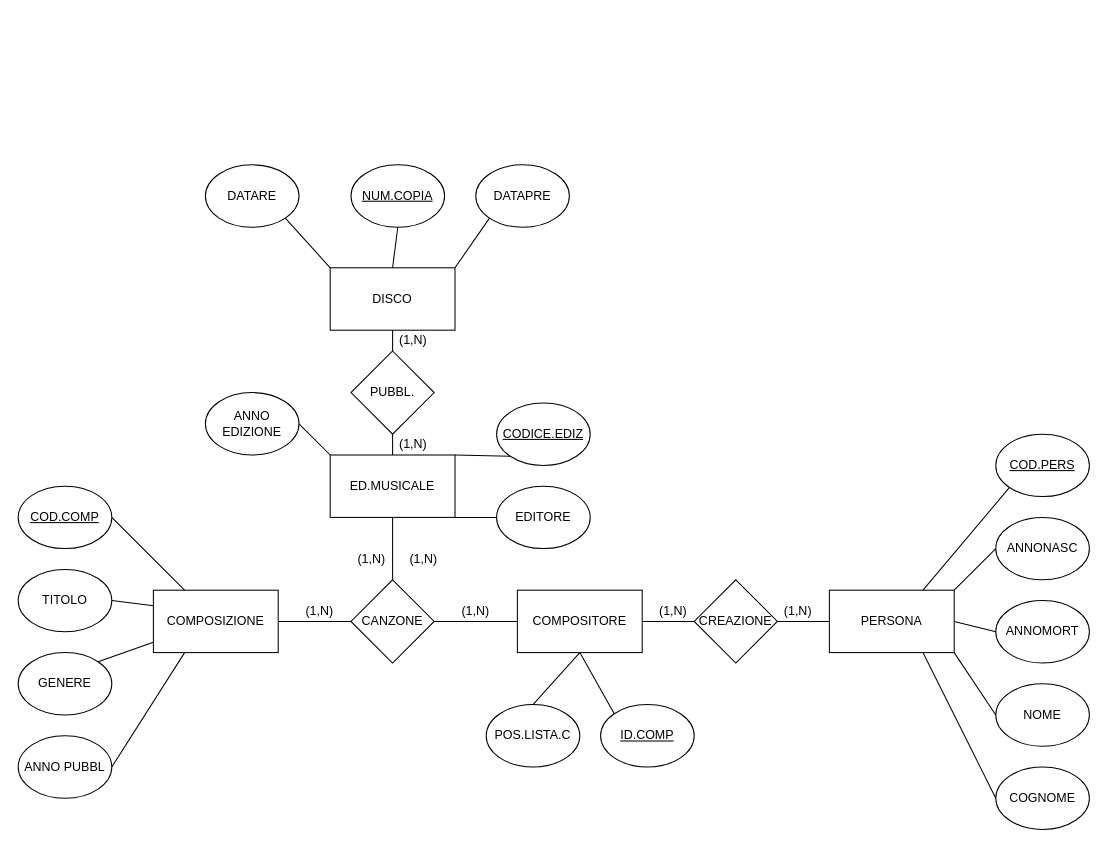
LilAnciel/Project keeps this draw.io diagram as esamees4.drawio. Above is the earlier version. Source tidied: cells renumbered, new cells numbered last; positions are measured from the earlier drawing's top-left corner, leaving out a move shared by most shapes. Both pictures are drawn from the tidied source at 104%, with x=0, y=0 at pixel (18, 164).
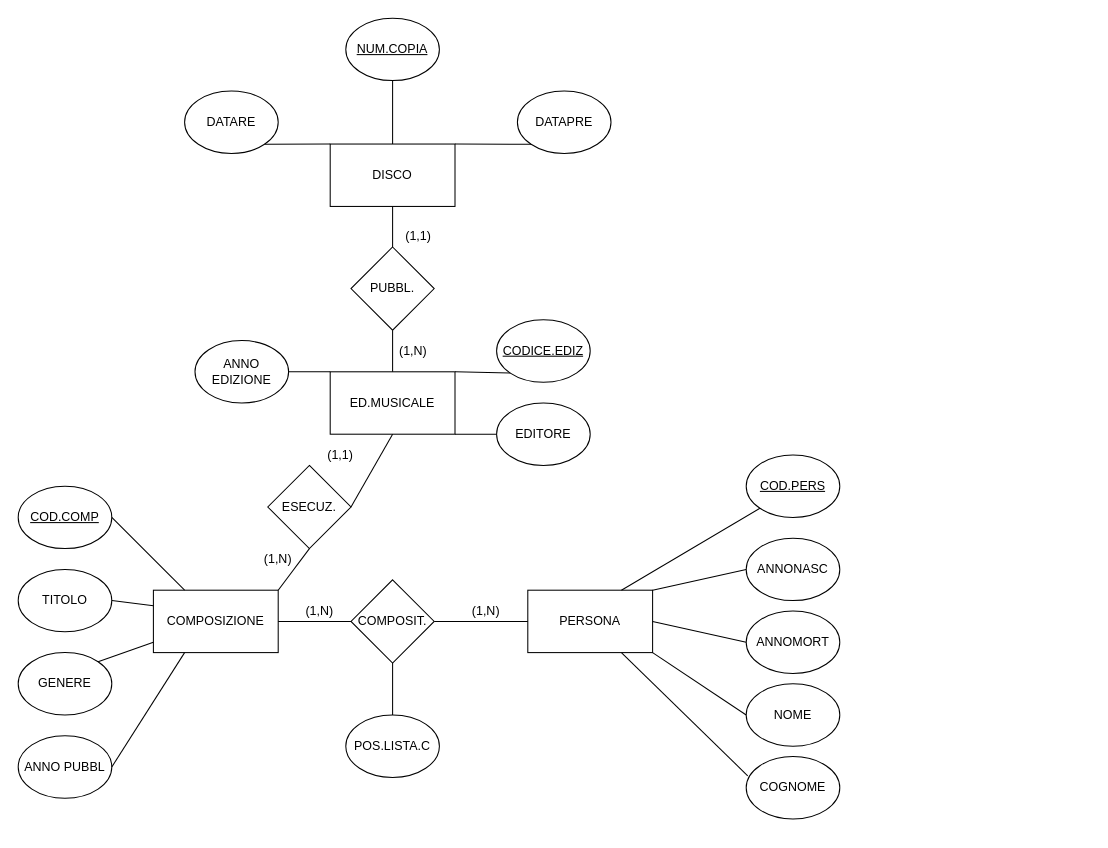
After the change.

The change refers to these unchanged cells:
```xml
<mxCell id="2" value="COMPOSIZIONE" style="rounded=0;whiteSpace=wrap;html=1;" parent="1" vertex="1">
  <mxGeometry x="130" y="409" width="120" height="60" as="geometry" />
</mxCell>
```

Change to the diagram source:
```diff
@@
-    <mxCell id="3" value="COMPOSITORE" style="rounded=0;whiteSpace=wrap;html=1;" parent="1" vertex="1">
-      <mxGeometry x="480" y="409" width="120" height="60" as="geometry" />
-    </mxCell>
     <mxCell id="4" value="DISCO" style="rounded=0;whiteSpace=wrap;html=1;" parent="1" vertex="1">
-      <mxGeometry x="300" y="99" width="120" height="60" as="geometry" />
+      <mxGeometry x="300" y="-20" width="120" height="60" as="geometry" />
     </mxCell>
     <mxCell id="5" value="PERSONA" style="rounded=0;whiteSpace=wrap;html=1;" parent="1" vertex="1">
-      <mxGeometry x="780" y="409" width="120" height="60" as="geometry" />
+      <mxGeometry x="490" y="409" width="120" height="60" as="geometry" />
     </mxCell>
     <mxCell id="6" value="ED.MUSICALE" style="rounded=0;whiteSpace=wrap;html=1;" parent="1" vertex="1">
-      <mxGeometry x="300" y="279" width="120" height="60" as="geometry" />
+      <mxGeometry x="300" y="199" width="120" height="60" as="geometry" />
     </mxCell>
-    <mxCell id="7" value="CREAZIONE" style="rhombus;whiteSpace=wrap;html=1;" parent="1" vertex="1">
-      <mxGeometry x="650" y="399" width="80" height="80" as="geometry" />
-    </mxCell>
     <mxCell id="8" value="PUBBL." style="rhombus;whiteSpace=wrap;html=1;" parent="1" vertex="1">
-      <mxGeometry x="320" y="179" width="80" height="80" as="geometry" />
+      <mxGeometry x="320" y="79" width="80" height="80" as="geometry" />
     </mxCell>
-    <mxCell id="9" value="CANZONE" style="rhombus;whiteSpace=wrap;html=1;" parent="1" vertex="1">
+    <mxCell id="9" value="COMPOSIT." style="rhombus;whiteSpace=wrap;html=1;" parent="1" vertex="1">
       <mxGeometry x="320" y="399" width="80" height="80" as="geometry" />
     </mxCell>
-    <mxCell id="10" style="endArrow=none;html=1;exitX=1;exitY=0.5;exitDx=0;exitDy=0;entryX=0;entryY=0.5;entryDx=0;entryDy=0;" parent="1" edge="1" source="9" target="3">
-      <mxGeometry relative="1" as="geometry" />
-    </mxCell>
-    <mxCell id="11" style="endArrow=none;html=1;entryX=0.5;entryY=1;entryDx=0;entryDy=0;exitX=0.5;exitY=0;exitDx=0;exitDy=0;" parent="1" edge="1" source="9" target="6">
+    <mxCell id="11" style="endArrow=none;html=1;entryX=0.5;entryY=1;entryDx=0;entryDy=0;exitX=1;exitY=0.5;exitDx=0;exitDy=0;" parent="1" edge="1" source="59" target="6">
       <mxGeometry relative="1" as="geometry" />
     </mxCell>
@@
-    <mxCell id="14" style="endArrow=none;html=1;entryX=0;entryY=0.5;entryDx=0;entryDy=0;exitX=1;exitY=0.5;exitDx=0;exitDy=0;" parent="1" edge="1" source="3" target="7">
-      <mxGeometry relative="1" as="geometry" />
-    </mxCell>
-    <mxCell id="15" style="endArrow=none;html=1;entryX=0;entryY=0.5;entryDx=0;entryDy=0;exitX=1;exitY=0.5;exitDx=0;exitDy=0;" parent="1" edge="1" source="7" target="5">
+    <mxCell id="15" style="endArrow=none;html=1;entryX=0;entryY=0.5;entryDx=0;entryDy=0;exitX=1;exitY=0.5;exitDx=0;exitDy=0;" parent="1" edge="1" source="9" target="5">
       <mxGeometry relative="1" as="geometry" />
     </mxCell>
-    <mxCell id="16" value="NOME" style="ellipse;whiteSpace=wrap;html=1;" parent="1" vertex="1">
-      <mxGeometry x="940" y="499" width="90" height="60" as="geometry" />
-    </mxCell>
     <mxCell id="17" value="DATARE" style="ellipse;whiteSpace=wrap;html=1;" parent="1" vertex="1">
-      <mxGeometry x="180" width="90" height="60" as="geometry" />
+      <mxGeometry x="160" y="-71" width="90" height="60" as="geometry" />
     </mxCell>
     <mxCell id="18" value="ANNOMORT" style="ellipse;whiteSpace=wrap;html=1;" parent="1" vertex="1">
-      <mxGeometry x="940" y="419" width="90" height="60" as="geometry" />
+      <mxGeometry x="700" y="429" width="90" height="60" as="geometry" />
     </mxCell>
     <mxCell id="19" value="ANNONASC" style="ellipse;whiteSpace=wrap;html=1;" parent="1" vertex="1">
-      <mxGeometry x="940" y="339" width="90" height="60" as="geometry" />
+      <mxGeometry x="700" y="359" width="90" height="60" as="geometry" />
     </mxCell>
     <mxCell id="20" value="&lt;u&gt;COD.PERS&lt;/u&gt;" style="ellipse;whiteSpace=wrap;html=1;" parent="1" vertex="1">
-      <mxGeometry x="940" y="259" width="90" height="60" as="geometry" />
+      <mxGeometry x="700" y="279" width="90" height="60" as="geometry" />
     </mxCell>
     <mxCell id="21" value="COGNOME" style="ellipse;whiteSpace=wrap;html=1;" parent="1" vertex="1">
-      <mxGeometry x="940" y="579" width="90" height="60" as="geometry" />
+      <mxGeometry x="700" y="569" width="90" height="60" as="geometry" />
     </mxCell>
@@
-    <mxCell id="26" style="endArrow=none;html=1;entryX=0;entryY=0.5;entryDx=0;entryDy=0;exitX=0.75;exitY=1;exitDx=0;exitDy=0;" parent="1" edge="1" source="5" target="21">
-      <mxGeometry relative="1" as="geometry" />
-    </mxCell>
     <mxCell id="27" value="&lt;u&gt;CODICE.EDIZ&lt;/u&gt;" style="ellipse;whiteSpace=wrap;html=1;" parent="1" vertex="1">
-      <mxGeometry x="460" y="229" width="90" height="60" as="geometry" />
+      <mxGeometry x="460" y="149" width="90" height="60" as="geometry" />
     </mxCell>
@@
-    <mxCell id="30" value="&lt;u&gt;ID.COMP&lt;/u&gt;" style="ellipse;whiteSpace=wrap;html=1;" parent="1" vertex="1">
-      <mxGeometry x="560" y="519" width="90" height="60" as="geometry" />
-    </mxCell>
     <mxCell id="31" value="POS.LISTA.C" style="ellipse;whiteSpace=wrap;html=1;" parent="1" vertex="1">
-      <mxGeometry x="450" y="519" width="90" height="60" as="geometry" />
+      <mxGeometry x="315" y="529" width="90" height="60" as="geometry" />
     </mxCell>
-    <mxCell id="32" style="endArrow=none;html=1;exitX=0.5;exitY=0;exitDx=0;exitDy=0;entryX=0.5;entryY=1;entryDx=0;entryDy=0;" parent="1" edge="1" source="31" target="3">
-      <mxGeometry relative="1" as="geometry" />
+    <mxCell id="32" style="endArrow=none;html=1;exitX=0.5;exitY=0;exitDx=0;exitDy=0;" parent="1" edge="1" source="31">
+      <mxGeometry relative="1" as="geometry">
+        <mxPoint x="360" y="479" as="targetPoint" />
+      </mxGeometry>
     </mxCell>
-    <mxCell id="33" style="endArrow=none;html=1;exitX=0.5;exitY=1;exitDx=0;exitDy=0;entryX=0;entryY=0;entryDx=0;entryDy=0;" parent="1" edge="1" source="3" target="30">
-      <mxGeometry relative="1" as="geometry" />
-    </mxCell>
@@
     <mxCell id="40" value="ANNO EDIZIONE" style="ellipse;whiteSpace=wrap;html=1;" parent="1" vertex="1">
-      <mxGeometry x="180" y="219" width="90" height="60" as="geometry" />
+      <mxGeometry x="170" y="169" width="90" height="60" as="geometry" />
     </mxCell>
     <mxCell id="41" value="EDITORE" style="ellipse;whiteSpace=wrap;html=1;" parent="1" vertex="1">
-      <mxGeometry x="460" y="309" width="90" height="60" as="geometry" />
+      <mxGeometry x="460" y="229" width="90" height="60" as="geometry" />
     </mxCell>
@@
     <mxCell id="45" value="DATAPRE" style="ellipse;whiteSpace=wrap;html=1;" parent="1" vertex="1">
-      <mxGeometry x="440" width="90" height="60" as="geometry" />
+      <mxGeometry x="480" y="-71" width="90" height="60" as="geometry" />
     </mxCell>
     <mxCell id="46" value="&lt;u&gt;NUM.COPIA&lt;/u&gt;" style="ellipse;whiteSpace=wrap;html=1;" parent="1" vertex="1">
-      <mxGeometry x="320" width="90" height="60" as="geometry" />
+      <mxGeometry x="315" y="-141" width="90" height="60" as="geometry" />
     </mxCell>
@@
     <mxCell id="50" value="(1,N)" style="text;html=1;strokeColor=none;fillColor=none;align=center;verticalAlign=middle;whiteSpace=wrap;rounded=0;" parent="1" vertex="1">
-      <mxGeometry x="730" y="419" width="40" height="20" as="geometry" />
+      <mxGeometry x="430" y="419" width="40" height="20" as="geometry" />
     </mxCell>
-    <mxCell id="51" value="(1,N)" style="text;html=1;strokeColor=none;fillColor=none;align=center;verticalAlign=middle;whiteSpace=wrap;rounded=0;" parent="1" vertex="1">
-      <mxGeometry x="610" y="419" width="40" height="20" as="geometry" />
-    </mxCell>
-    <mxCell id="52" value="(1,N)" style="text;html=1;strokeColor=none;fillColor=none;align=center;verticalAlign=middle;whiteSpace=wrap;rounded=0;" parent="1" vertex="1">
-      <mxGeometry x="420" y="419" width="40" height="20" as="geometry" />
-    </mxCell>
@@
     <mxCell id="55" value="(1,N)" style="text;html=1;strokeColor=none;fillColor=none;align=center;verticalAlign=middle;whiteSpace=wrap;rounded=0;" parent="1" vertex="1">
-      <mxGeometry x="370" y="369" width="40" height="20" as="geometry" />
+      <mxGeometry x="230" y="369" width="40" height="20" as="geometry" />
     </mxCell>
-    <mxCell id="56" value="(1,N)" style="text;html=1;strokeColor=none;fillColor=none;align=center;verticalAlign=middle;whiteSpace=wrap;rounded=0;" parent="1" vertex="1">
-      <mxGeometry x="320" y="369" width="40" height="20" as="geometry" />
+    <mxCell id="56" value="(1,1)" style="text;html=1;strokeColor=none;fillColor=none;align=center;verticalAlign=middle;whiteSpace=wrap;rounded=0;" parent="1" vertex="1">
+      <mxGeometry x="290" y="269" width="40" height="20" as="geometry" />
     </mxCell>
-    <mxCell id="57" value="(1,N)" style="text;html=1;strokeColor=none;fillColor=none;align=center;verticalAlign=middle;whiteSpace=wrap;rounded=0;" parent="1" vertex="1">
-      <mxGeometry x="360" y="159" width="40" height="20" as="geometry" />
+    <mxCell id="57" value="(1,1)" style="text;html=1;strokeColor=none;fillColor=none;align=center;verticalAlign=middle;whiteSpace=wrap;rounded=0;" parent="1" vertex="1">
+      <mxGeometry x="365" y="59" width="40" height="20" as="geometry" />
     </mxCell>
     <mxCell id="58" value="(1,N)" style="text;html=1;strokeColor=none;fillColor=none;align=center;verticalAlign=middle;whiteSpace=wrap;rounded=0;" parent="1" vertex="1">
-      <mxGeometry x="360" y="259" width="40" height="20" as="geometry" />
+      <mxGeometry x="360" y="169" width="40" height="20" as="geometry" />
     </mxCell>
+    <mxCell id="16" value="NOME" style="ellipse;whiteSpace=wrap;html=1;" parent="1" vertex="1">
+      <mxGeometry x="700" y="499" width="90" height="60" as="geometry" />
+    </mxCell>
+    <mxCell id="26" style="endArrow=none;html=1;entryX=0.016;entryY=0.307;entryDx=0;entryDy=0;exitX=0.75;exitY=1;exitDx=0;exitDy=0;entryPerimeter=0;" parent="1" edge="1" source="5" target="21">
+      <mxGeometry relative="1" as="geometry" />
+    </mxCell>
+    <mxCell id="59" value="ESECUZ." style="rhombus;whiteSpace=wrap;html=1;" parent="1" vertex="1">
+      <mxGeometry x="240" y="289" width="80" height="80" as="geometry" />
+    </mxCell>
+    <mxCell id="60" style="endArrow=none;html=1;entryX=0.5;entryY=1;entryDx=0;entryDy=0;exitX=1;exitY=0;exitDx=0;exitDy=0;" parent="1" edge="1" source="2" target="59">
+      <mxGeometry relative="1" as="geometry" />
+    </mxCell>
```
